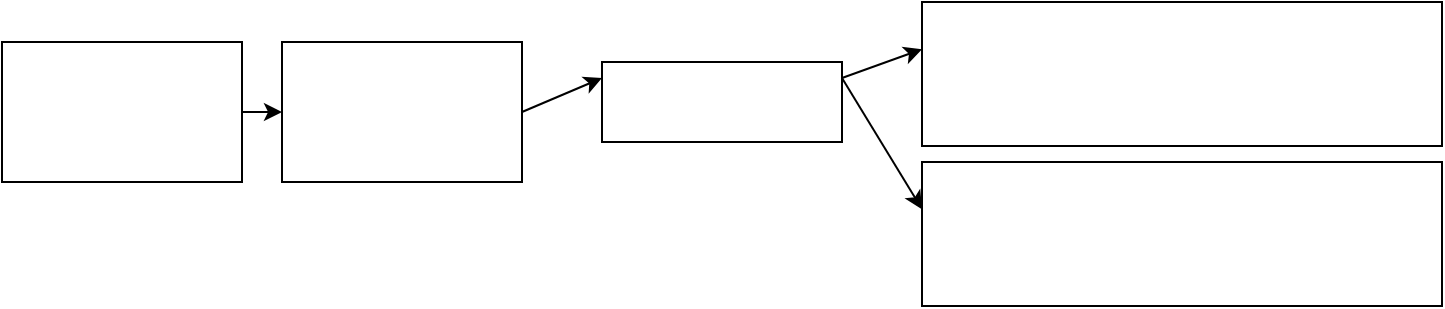
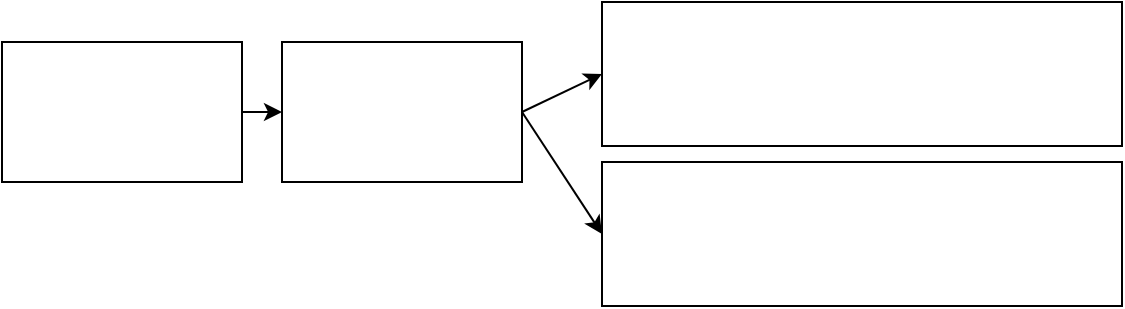
<mxfile>
  <diagram>
    <mxGraphModel>
      <root>
        <mxCell id="0"/>
        <mxCell id="1" parent="0"/>
        <object gap="4" name="src0" placeholders="1" id="9">
          <mxCell style="drawclockType=source;points=[[1.0000,0.5000,0,0,0]];" vertex="1" parent="1">
            <mxGeometry x="0" y="40" width="120" height="70" as="geometry"/>
          </mxCell>
        </object>
        <object gap="4" name="pll0" placeholders="1" id="10">
          <mxCell style="drawclockType=pll;points=[[0.3500,0.3333,0,0,0],[0.6500,0.3333,0,0,0]];" vertex="1" parent="1">
            <mxGeometry x="140" y="40" width="120" height="70" as="geometry"/>
          </mxCell>
        </object>
-         <object gap="4" name="bus" placeholders="1" id="11">
-           <mxCell style="drawclockType=wire;points=[[0.2500,0.3500,0,0,0],[0.7500,0.3500,0,0,0]];" vertex="1" parent="1">
-             <mxGeometry x="300" y="50" width="120" height="40" as="geometry"/>
-           </mxCell>
-         </object>
        <object freq="100" freq_gap="60" gap="4" name="clk_a" placeholders="1" id="12">
-           <mxCell style="drawclockType=clock;points=[[0.2583,0.4167,0,0,0]];" vertex="1" parent="1">
-             <mxGeometry x="460" y="20" width="260" height="72" as="geometry"/>
+           <mxCell style="drawclockType=clock;points=[[0.0000,0.5000,0,0,0]];" vertex="1" parent="1">
+             <mxGeometry x="300" y="20" width="260" height="72" as="geometry"/>
          </mxCell>
        </object>
        <object freq="200" freq_gap="60" gap="4" name="clk_b" placeholders="1" id="13">
-           <mxCell style="drawclockType=clock;points=[[0.2583,0.4167,0,0,0]];" vertex="1" parent="1">
-             <mxGeometry x="460" y="100" width="260" height="72" as="geometry"/>
+           <mxCell style="drawclockType=clock;points=[[0.0000,0.5000,0,0,0]];" vertex="1" parent="1">
+             <mxGeometry x="300" y="100" width="260" height="72" as="geometry"/>
          </mxCell>
        </object>
        <mxCell id="19" style="exitX=1;exitY=0.5;entryX=0;entryY=0.5;" edge="1" parent="1" source="9" target="10">
          <mxGeometry relative="1" as="geometry"/>
        </mxCell>
-         <mxCell id="20" style="exitX=1;exitY=0.5;entryX=0.25;entryY=0.35;" edge="1" parent="1" source="10" target="11">
+         <mxCell id="20" style="exitX=1;exitY=0.5;entryX=0;entryY=0.5;" edge="1" parent="1" source="10" target="12">
          <mxGeometry relative="1" as="geometry"/>
        </mxCell>
-         <mxCell id="21" style="exitX=0.75;exitY=0.35;entryX=0.2583;entryY=0.4167;" edge="1" parent="1" source="11" target="12">
-           <mxGeometry relative="1" as="geometry"/>
-         </mxCell>
-         <mxCell id="22" style="exitX=0.75;exitY=0.35;entryX=0.2583;entryY=0.4167;" edge="1" parent="1" source="11" target="13">
+         <mxCell id="21" style="exitX=1;exitY=0.5;entryX=0;entryY=0.5;" edge="1" parent="1" source="10" target="13">
          <mxGeometry relative="1" as="geometry"/>
        </mxCell>
      </root>
    </mxGraphModel>
  </diagram>
</mxfile>
